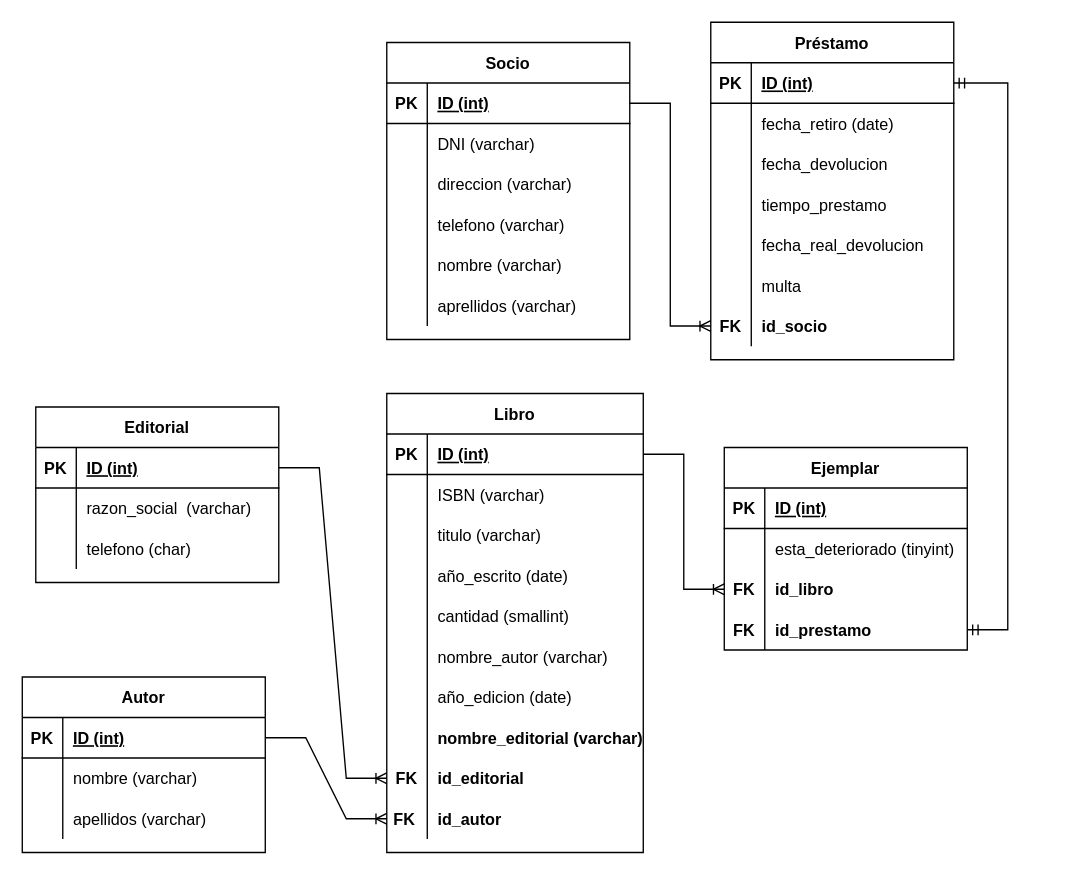
Earlier version of the draw.io diagram Untitled Diagram.drawio (feeldiac/badeda). Source tidied: cells renumbered, new cells numbered last; positions are measured from the earlier drawing's top-left corner, leaving out a move shared by most shapes. Both pictures are drawn from the tidied source at 135%, with x=0, y=0 at pixel (22, 22).
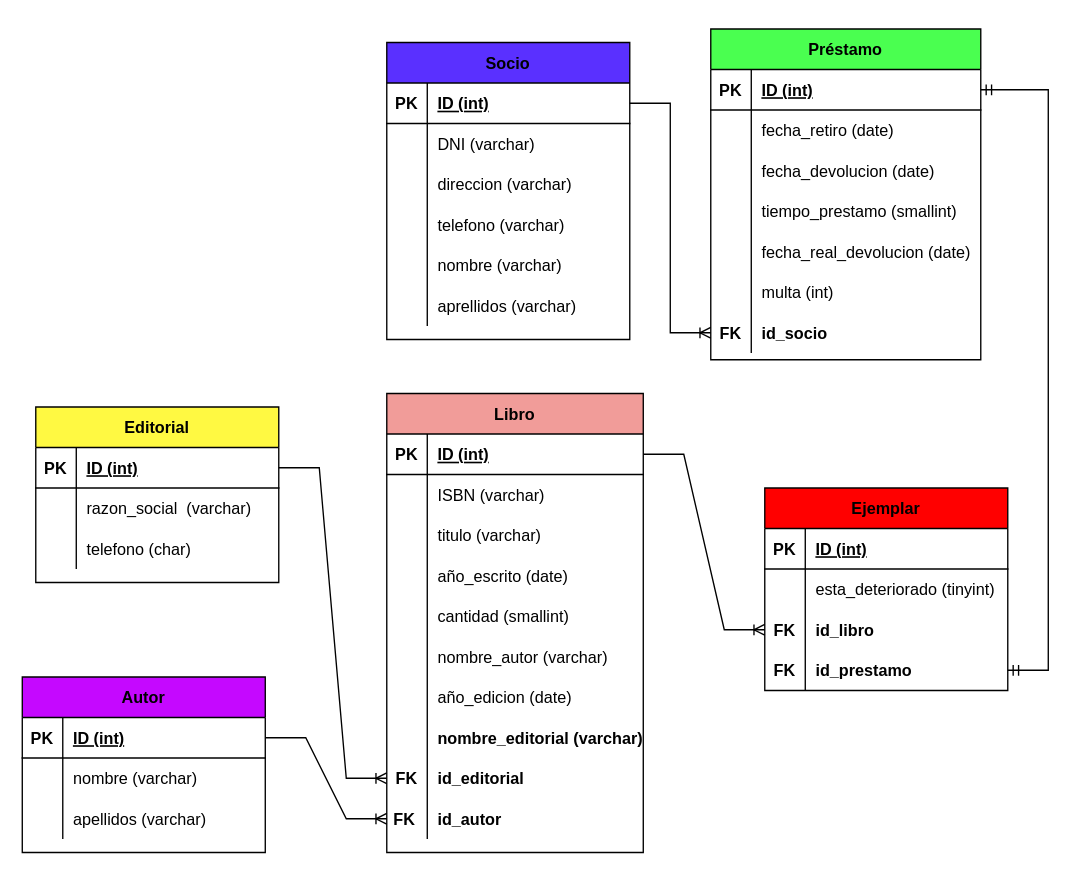
After the change.

The edit, as a diff of the source:
```diff
@@
-    <mxCell id="2" value="Socio" style="shape=table;startSize=30;childLayout=tableLayout;rowLines=0;fontStyle=1;align=center;" parent="1" vertex="1">
+    <mxCell id="2" value="Socio" style="shape=table;startSize=30;childLayout=tableLayout;rowLines=0;fontStyle=1;align=center;fillColor=#5A30FF;" parent="1" vertex="1">
       <mxGeometry x="270" y="15" width="180" height="220" as="geometry" />
     </mxCell>
@@
-    <mxCell id="21" value="Libro" style="shape=table;startSize=30;childLayout=tableLayout;rowLines=0;fontStyle=1;align=center;" parent="1" vertex="1">
+    <mxCell id="21" value="Libro" style="shape=table;startSize=30;childLayout=tableLayout;rowLines=0;fontStyle=1;align=center;fillColor=#F19C99;" parent="1" vertex="1">
       <mxGeometry x="270" y="275" width="190" height="340" as="geometry" />
     </mxCell>
@@
-    <mxCell id="52" value="Ejemplar" style="shape=table;startSize=30;childLayout=tableLayout;rowLines=0;fontStyle=1;align=center;" parent="1" vertex="1">
-      <mxGeometry x="520" y="315" width="180" height="150" as="geometry" />
+    <mxCell id="52" value="Ejemplar" style="shape=table;startSize=30;childLayout=tableLayout;rowLines=0;fontStyle=1;align=center;fillColor=#FF0000;" parent="1" vertex="1">
+      <mxGeometry x="550" y="345" width="180" height="150" as="geometry" />
     </mxCell>
@@
-    <mxCell id="65" value="Editorial" style="shape=table;startSize=30;childLayout=tableLayout;rowLines=0;fontStyle=1;align=center;" parent="1" vertex="1">
+    <mxCell id="65" value="Editorial" style="shape=table;startSize=30;childLayout=tableLayout;rowLines=0;fontStyle=1;align=center;fillColor=#FFF942;" parent="1" vertex="1">
       <mxGeometry x="10" y="285" width="180" height="130" as="geometry" />
     </mxCell>
@@
-    <mxCell id="75" value="Autor" style="shape=table;startSize=30;childLayout=tableLayout;rowLines=0;fontStyle=1;align=center;" parent="1" vertex="1">
+    <mxCell id="75" value="Autor" style="shape=table;startSize=30;childLayout=tableLayout;rowLines=0;fontStyle=1;align=center;fillColor=#C508FF;" parent="1" vertex="1">
       <mxGeometry y="485" width="180" height="130" as="geometry" />
     </mxCell>
@@
-    <mxCell id="85" value="Préstamo" style="shape=table;startSize=30;childLayout=tableLayout;rowLines=0;fontStyle=1;align=center;" parent="1" vertex="1">
-      <mxGeometry x="510" width="180" height="250" as="geometry" />
+    <mxCell id="85" value="Préstamo" style="shape=table;startSize=30;childLayout=tableLayout;rowLines=0;fontStyle=1;align=center;fillColor=#4AFF50;" parent="1" vertex="1">
+      <mxGeometry x="510" y="5" width="200" height="245" as="geometry" />
     </mxCell>
     <mxCell id="86" style="shape=tableRow;horizontal=0;startSize=0;swimlaneHead=0;swimlaneBody=0;fillColor=none;points=[[0,0.5],[1,0.5]];portConstraint=eastwest;top=0;left=0;right=0;bottom=1;" parent="85" vertex="1">
-      <mxGeometry y="30" width="180" height="30" as="geometry" />
+      <mxGeometry y="30" width="200" height="30" as="geometry" />
     </mxCell>
@@
     <mxCell id="88" value="ID (int)" style="shape=partialRectangle;fillColor=none;top=0;left=0;bottom=0;right=0;align=left;spacingLeft=6;fontStyle=5;overflow=hidden;" parent="86" vertex="1">
-      <mxGeometry x="30" width="150" height="30" as="geometry" />
+      <mxGeometry x="30" width="170" height="30" as="geometry" />
     </mxCell>
     <mxCell id="89" style="shape=tableRow;horizontal=0;startSize=0;swimlaneHead=0;swimlaneBody=0;fillColor=none;top=0;left=0;right=0;bottom=0;" parent="85" vertex="1">
-      <mxGeometry y="60" width="180" height="30" as="geometry" />
+      <mxGeometry y="60" width="200" height="30" as="geometry" />
     </mxCell>
@@
     <mxCell id="91" value="fecha_retiro (date)" style="shape=partialRectangle;fillColor=none;top=0;left=0;bottom=0;right=0;align=left;spacingLeft=6;overflow=hidden;" parent="89" vertex="1">
-      <mxGeometry x="30" width="150" height="30" as="geometry" />
+      <mxGeometry x="30" width="170" height="30" as="geometry" />
     </mxCell>
     <mxCell id="92" style="shape=tableRow;horizontal=0;startSize=0;swimlaneHead=0;swimlaneBody=0;fillColor=none;top=0;left=0;right=0;bottom=0;" parent="85" vertex="1">
-      <mxGeometry y="90" width="180" height="30" as="geometry" />
+      <mxGeometry y="90" width="200" height="30" as="geometry" />
     </mxCell>
@@
-    <mxCell id="94" value="fecha_devolucion" style="shape=partialRectangle;fillColor=none;top=0;left=0;bottom=0;right=0;align=left;spacingLeft=6;overflow=hidden;" parent="92" vertex="1">
-      <mxGeometry x="30" width="150" height="30" as="geometry" />
+    <mxCell id="94" value="fecha_devolucion (date)" style="shape=partialRectangle;fillColor=none;top=0;left=0;bottom=0;right=0;align=left;spacingLeft=6;overflow=hidden;" parent="92" vertex="1">
+      <mxGeometry x="30" width="170" height="30" as="geometry" />
     </mxCell>
     <mxCell id="95" style="shape=tableRow;horizontal=0;startSize=0;swimlaneHead=0;swimlaneBody=0;fillColor=none;top=0;left=0;right=0;bottom=0;" parent="85" vertex="1">
-      <mxGeometry y="120" width="180" height="30" as="geometry" />
+      <mxGeometry y="120" width="200" height="30" as="geometry" />
     </mxCell>
@@
-    <mxCell id="97" value="tiempo_prestamo" style="shape=partialRectangle;fillColor=none;top=0;left=0;bottom=0;right=0;align=left;spacingLeft=6;overflow=hidden;" parent="95" vertex="1">
-      <mxGeometry x="30" width="150" height="30" as="geometry" />
+    <mxCell id="97" value="tiempo_prestamo (smallint)" style="shape=partialRectangle;fillColor=none;top=0;left=0;bottom=0;right=0;align=left;spacingLeft=6;overflow=hidden;" parent="95" vertex="1">
+      <mxGeometry x="30" width="170" height="30" as="geometry" />
     </mxCell>
     <mxCell id="98" style="shape=tableRow;horizontal=0;startSize=0;swimlaneHead=0;swimlaneBody=0;fillColor=none;top=0;left=0;right=0;bottom=0;" parent="85" vertex="1">
-      <mxGeometry y="150" width="180" height="30" as="geometry" />
+      <mxGeometry y="150" width="200" height="30" as="geometry" />
     </mxCell>
@@
-    <mxCell id="100" value="fecha_real_devolucion" style="shape=partialRectangle;fillColor=none;top=0;left=0;bottom=0;right=0;align=left;spacingLeft=6;overflow=hidden;" parent="98" vertex="1">
-      <mxGeometry x="30" width="150" height="30" as="geometry" />
+    <mxCell id="100" value="fecha_real_devolucion (date)" style="shape=partialRectangle;fillColor=none;top=0;left=0;bottom=0;right=0;align=left;spacingLeft=6;overflow=hidden;" parent="98" vertex="1">
+      <mxGeometry x="30" width="170" height="30" as="geometry" />
     </mxCell>
     <mxCell id="101" style="shape=tableRow;horizontal=0;startSize=0;swimlaneHead=0;swimlaneBody=0;fillColor=none;top=0;left=0;right=0;bottom=0;" parent="85" vertex="1">
-      <mxGeometry y="180" width="180" height="30" as="geometry" />
+      <mxGeometry y="180" width="200" height="30" as="geometry" />
     </mxCell>
@@
-    <mxCell id="103" value="multa" style="shape=partialRectangle;fillColor=none;top=0;left=0;bottom=0;right=0;align=left;spacingLeft=6;overflow=hidden;" parent="101" vertex="1">
-      <mxGeometry x="30" width="150" height="30" as="geometry" />
+    <mxCell id="103" value="multa (int)" style="shape=partialRectangle;fillColor=none;top=0;left=0;bottom=0;right=0;align=left;spacingLeft=6;overflow=hidden;" parent="101" vertex="1">
+      <mxGeometry x="30" width="170" height="30" as="geometry" />
     </mxCell>
     <mxCell id="104" style="shape=tableRow;horizontal=0;startSize=0;swimlaneHead=0;swimlaneBody=0;fillColor=none;points=[[0,0.5],[1,0.5]];portConstraint=eastwest;top=0;left=0;right=0;bottom=0;" parent="85" vertex="1">
-      <mxGeometry y="210" width="180" height="30" as="geometry" />
+      <mxGeometry y="210" width="200" height="30" as="geometry" />
     </mxCell>
@@
     <mxCell id="106" value="id_socio" style="shape=partialRectangle;fillColor=none;top=0;left=0;bottom=0;right=0;align=left;spacingLeft=6;overflow=hidden;fontStyle=1;" parent="104" vertex="1">
-      <mxGeometry x="30" width="150" height="30" as="geometry" />
+      <mxGeometry x="30" width="170" height="30" as="geometry" />
     </mxCell>
```
